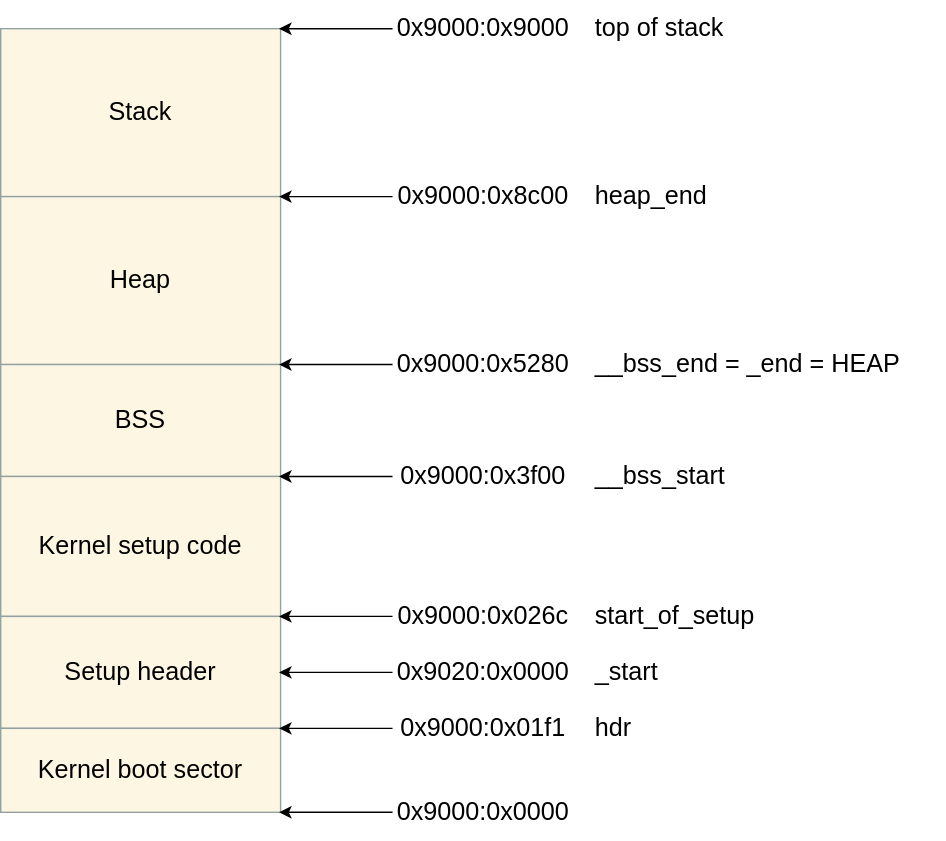
This is Booting/images/early-heap.svg from 0xAX/linux-insides, a draw.io export, as it was before one commit. Source tidied: cells renumbered, new cells last; positions are measured from the earlier drawing's top-left corner, leaving out a move shared by most shapes.
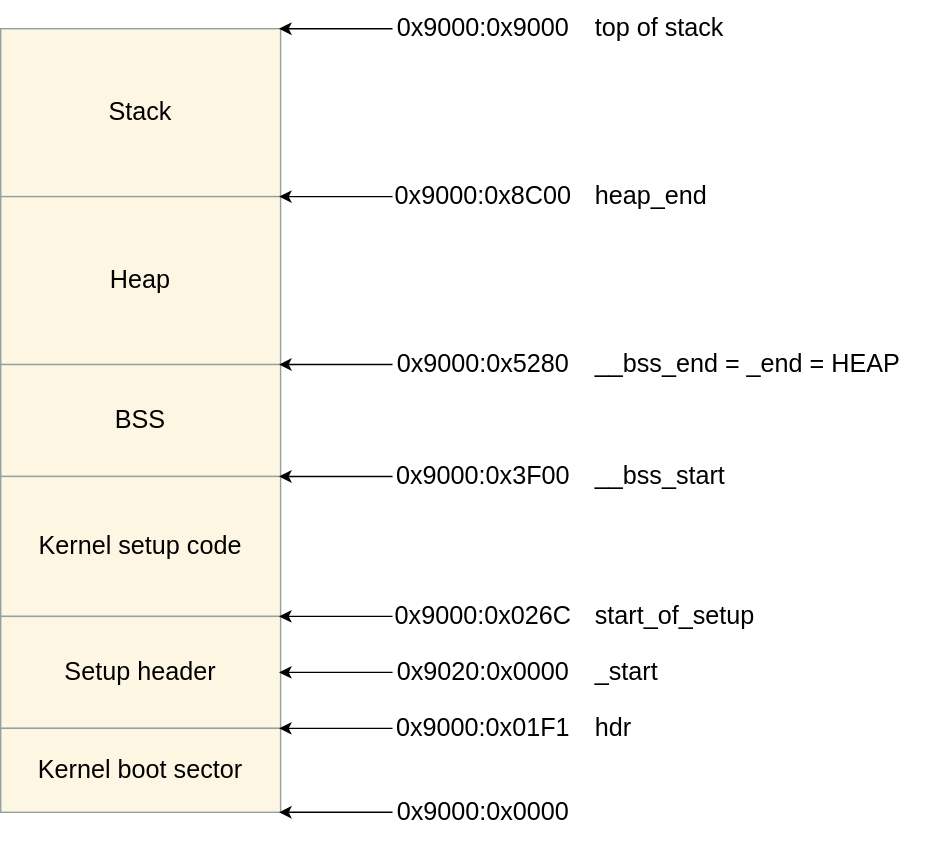
The same diagram one commit later.

The edit, as a diff of the source:
```diff
@@ -38,7 +38,7 @@
         <mxPoint x="200" y="135" as="targetPoint" />
       </mxGeometry>
     </mxCell>
-    <mxCell id="12" value="0x9000:0x8c00" style="text;html=1;align=center;verticalAlign=middle;whiteSpace=wrap;rounded=0;fontSize=18;fontFamily=Helvetica;fontColor=#000000;" parent="1" vertex="1">
+    <mxCell id="12" value="0x9000:0x8C00" style="text;html=1;align=center;verticalAlign=middle;whiteSpace=wrap;rounded=0;fontSize=18;fontFamily=Helvetica;fontColor=#000000;" parent="1" vertex="1">
       <mxGeometry x="280" y="120" width="130" height="30" as="geometry" />
     </mxCell>
     <mxCell id="13" value="heap_end" style="text;html=1;align=left;verticalAlign=middle;whiteSpace=nowrap;rounded=0;fontSize=18;fontFamily=Helvetica;fontColor=#000000;" parent="1" vertex="1">
@@ -62,7 +62,7 @@
         <mxPoint x="200" y="335" as="targetPoint" />
       </mxGeometry>
     </mxCell>
-    <mxCell id="18" value="0x9000:0x3f00" style="text;html=1;align=center;verticalAlign=middle;whiteSpace=wrap;rounded=0;fontSize=18;fontFamily=Helvetica;fontColor=#000000;" parent="1" vertex="1">
+    <mxCell id="18" value="0x9000:0x3F00" style="text;html=1;align=center;verticalAlign=middle;whiteSpace=wrap;rounded=0;fontSize=18;fontFamily=Helvetica;fontColor=#000000;" parent="1" vertex="1">
       <mxGeometry x="280" y="320" width="130" height="30" as="geometry" />
     </mxCell>
     <mxCell id="19" value="__bss_start" style="text;html=1;align=left;verticalAlign=middle;whiteSpace=nowrap;rounded=0;fontSize=18;fontFamily=Helvetica;fontColor=#000000;" parent="1" vertex="1">
@@ -74,7 +74,7 @@
         <mxPoint x="200" y="435" as="targetPoint" />
       </mxGeometry>
     </mxCell>
-    <mxCell id="21" value="0x9000:0x026c" style="text;html=1;align=center;verticalAlign=middle;whiteSpace=wrap;rounded=0;fontSize=18;fontFamily=Helvetica;fontColor=#000000;" parent="1" vertex="1">
+    <mxCell id="21" value="0x9000:0x026C" style="text;html=1;align=center;verticalAlign=middle;whiteSpace=wrap;rounded=0;fontSize=18;fontFamily=Helvetica;fontColor=#000000;" parent="1" vertex="1">
       <mxGeometry x="280" y="420" width="130" height="30" as="geometry" />
     </mxCell>
     <mxCell id="22" value="start_of_setup" style="text;html=1;align=left;verticalAlign=middle;whiteSpace=nowrap;rounded=0;fontSize=18;fontFamily=Helvetica;fontColor=#000000;" parent="1" vertex="1">
@@ -98,7 +98,7 @@
         <mxPoint x="200" y="515" as="targetPoint" />
       </mxGeometry>
     </mxCell>
-    <mxCell id="27" value="0x9000:0x01f1" style="text;html=1;align=center;verticalAlign=middle;whiteSpace=wrap;rounded=0;fontSize=18;fontFamily=Helvetica;fontColor=#000000;" parent="1" vertex="1">
+    <mxCell id="27" value="0x9000:0x01F1" style="text;html=1;align=center;verticalAlign=middle;whiteSpace=wrap;rounded=0;fontSize=18;fontFamily=Helvetica;fontColor=#000000;" parent="1" vertex="1">
       <mxGeometry x="280" y="500" width="130" height="30" as="geometry" />
     </mxCell>
     <mxCell id="28" value="hdr" style="text;html=1;align=left;verticalAlign=middle;whiteSpace=nowrap;rounded=0;fontSize=18;fontFamily=Helvetica;fontColor=#000000;" parent="1" vertex="1">
```
